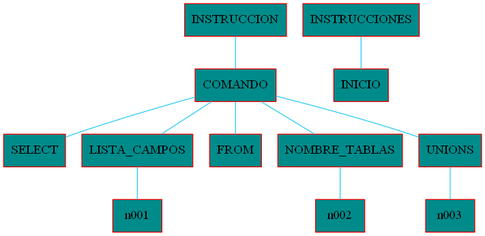
EdilsonJimenez/compi2-proyecto keeps this Graphviz diagram as Reportes/ast.png. Above is the earlier version. Its source is kept beside it as Reportes/ast.dot.
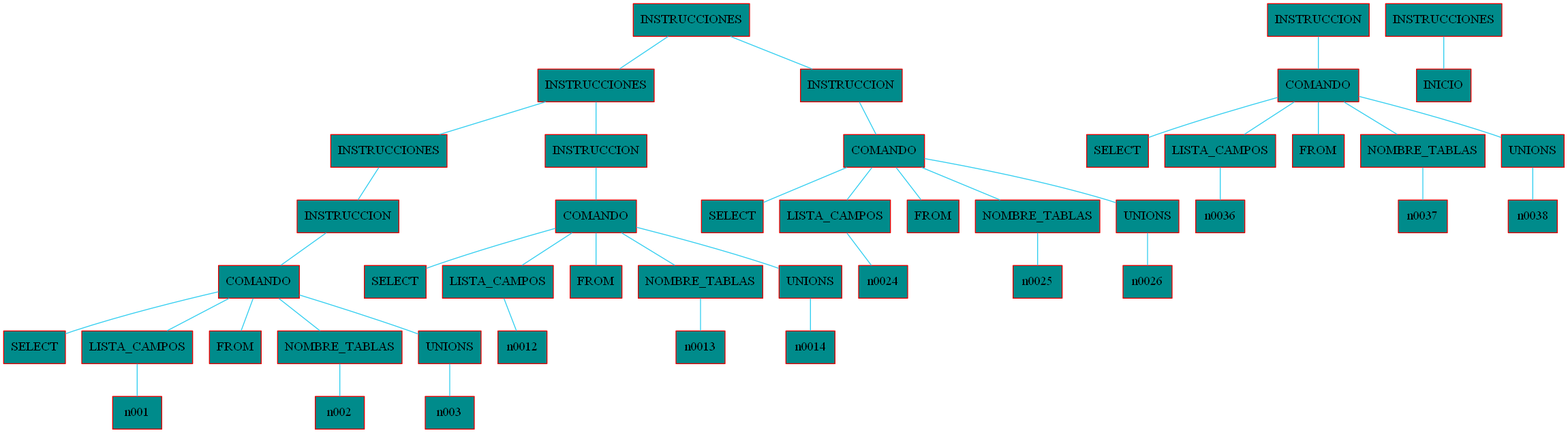
After the commit.

Diff of the diagram source:
```diff
@@ -16,7 +16,281 @@
 n009 -- n008;
 n0011 [label="INSTRUCCION"] ;
 n0011 -- n009;
-n0013 [label="INICIO"] ;
-n0014 [label="INSTRUCCIONES"] ;
-n0014 -- n0013;
+n0015 [label="SELECT"] ;
+n0016 [label="LISTA_CAMPOS"] ;
+n0017 [label="FROM"] ;
+n0018 [label="NOMBRE_TABLAS"] ;
+n0019 [label="UNIONS"] ;
+n0016 -- n0012;
+n0018 -- n0013;
+n0019 -- n0014;
+n0020 [label="COMANDO"] ;
+n0020 -- n0015;
+n0020 -- n0016;
+n0020 -- n0017;
+n0020 -- n0018;
+n0020 -- n0019;
+n0022 [label="INSTRUCCIONES"] ;
+n0022 -- n0011;
+n0023 [label="INSTRUCCION"] ;
+n0023 -- n0020;
+n0027 [label="SELECT"] ;
+n0028 [label="LISTA_CAMPOS"] ;
+n0029 [label="FROM"] ;
+n0030 [label="NOMBRE_TABLAS"] ;
+n0031 [label="UNIONS"] ;
+n0028 -- n0024;
+n0030 -- n0025;
+n0031 -- n0026;
+n0032 [label="COMANDO"] ;
+n0032 -- n0027;
+n0032 -- n0028;
+n0032 -- n0029;
+n0032 -- n0030;
+n0032 -- n0031;
+n0034 [label="INSTRUCCIONES"] ;
+n0034 -- n0022;
+n0034 -- n0023;
+n0035 [label="INSTRUCCION"] ;
+n0035 -- n0032;
+n0039 [label="SELECT"] ;
+n0040 [label="LISTA_CAMPOS"] ;
+n0041 [label="FROM"] ;
+n0042 [label="NOMBRE_TABLAS"] ;
+n0043 [label="UNIONS"] ;
+n0040 -- n0036;
+n0042 -- n0037;
+n0043 -- n0038;
+n0044 [label="COMANDO"] ;
+n0044 -- n0039;
+n0044 -- n0040;
+n0044 -- n0041;
+n0044 -- n0042;
+n0044 -- n0043;
+n0046 [label="INSTRUCCIONES"] ;
+n0046 -- n0034;
+n0046 -- n0035;
+n0047 [label="INSTRUCCION"] ;
+n0047 -- n0044;
+n0049 [label="INICIO"] ;
+n0050 [label="INSTRUCCIONES"] ;
+n0050 -- n0049;
 }
+n004 [label="SELECT"] ;
+n005 [label="LISTA_CAMPOS"] ;
+n006 [label="FROM"] ;
+n007 [label="NOMBRE_TABLAS"] ;
+n008 [label="UNIONS"] ;
+n005 -- n001;
+n007 -- n002;
+n008 -- n003;
+n009 [label="COMANDO"] ;
+n009 -- n004;
+n009 -- n005;
+n009 -- n006;
+n009 -- n007;
+n009 -- n008;
+n0011 [label="INSTRUCCION"] ;
+n0011 -- n009;
+n0015 [label="SELECT"] ;
+n0016 [label="LISTA_CAMPOS"] ;
+n0017 [label="FROM"] ;
+n0018 [label="NOMBRE_TABLAS"] ;
+n0019 [label="UNIONS"] ;
+n0016 -- n0012;
+n0018 -- n0013;
+n0019 -- n0014;
+n0020 [label="COMANDO"] ;
+n0020 -- n0015;
+n0020 -- n0016;
+n0020 -- n0017;
+n0020 -- n0018;
+n0020 -- n0019;
+n0022 [label="INSTRUCCIONES"] ;
+n0022 -- n0011;
+n0023 [label="INSTRUCCION"] ;
+n0023 -- n0020;
+n0027 [label="SELECT"] ;
+n0028 [label="LISTA_CAMPOS"] ;
+n0029 [label="FROM"] ;
+n0030 [label="NOMBRE_TABLAS"] ;
+n0031 [label="UNIONS"] ;
+n0028 -- n0024;
+n0030 -- n0025;
+n0031 -- n0026;
+n0032 [label="COMANDO"] ;
+n0032 -- n0027;
+n0032 -- n0028;
+n0032 -- n0029;
+n0032 -- n0030;
+n0032 -- n0031;
+n0034 [label="INSTRUCCIONES"] ;
+n0034 -- n0022;
+n0034 -- n0023;
+n0035 [label="INSTRUCCION"] ;
+n0035 -- n0032;
+n0039 [label="SELECT"] ;
+n0040 [label="LISTA_CAMPOS"] ;
+n0041 [label="FROM"] ;
+n0042 [label="NOMBRE_TABLAS"] ;
+n0043 [label="UNIONS"] ;
+n0040 -- n0036;
+n0042 -- n0037;
+n0043 -- n0038;
+n0044 [label="COMANDO"] ;
+n0044 -- n0039;
+n0044 -- n0040;
+n0044 -- n0041;
+n0044 -- n0042;
+n0044 -- n0043;
+n0046 [label="INSTRUCCIONES"] ;
+n0046 -- n0034;
+n0046 -- n0035;
+n0047 [label="INSTRUCCION"] ;
+n0047 -- n0044;
+
+n004 [label="SELECT"] ;
+n005 [label="LISTA_CAMPOS"] ;
+n006 [label="FROM"] ;
+n007 [label="NOMBRE_TABLAS"] ;
+n008 [label="UNIONS"] ;
+n005 -- n001;
+n007 -- n002;
+n008 -- n003;
+n009 [label="COMANDO"] ;
+n009 -- n004;
+n009 -- n005;
+n009 -- n006;
+n009 -- n007;
+n009 -- n008;
+n0011 [label="INSTRUCCION"] ;
+n0011 -- n009;
+n0015 [label="SELECT"] ;
+n0016 [label="LISTA_CAMPOS"] ;
+n0017 [label="FROM"] ;
+n0018 [label="NOMBRE_TABLAS"] ;
+n0019 [label="UNIONS"] ;
+n0016 -- n0012;
+n0018 -- n0013;
+n0019 -- n0014;
+n0020 [label="COMANDO"] ;
+n0020 -- n0015;
+n0020 -- n0016;
+n0020 -- n0017;
+n0020 -- n0018;
+n0020 -- n0019;
+n0022 [label="INSTRUCCIONES"] ;
+n0022 -- n0011;
+n0023 [label="INSTRUCCION"] ;
+n0023 -- n0020;
+n0027 [label="SELECT"] ;
+n0028 [label="LISTA_CAMPOS"] ;
+n0029 [label="FROM"] ;
+n0030 [label="NOMBRE_TABLAS"] ;
+n0031 [label="UNIONS"] ;
+n0028 -- n0024;
+n0030 -- n0025;
+n0031 -- n0026;
+n0032 [label="COMANDO"] ;
+n0032 -- n0027;
+n0032 -- n0028;
+n0032 -- n0029;
+n0032 -- n0030;
+n0032 -- n0031;
+n0034 [label="INSTRUCCIONES"] ;
+n0034 -- n0022;
+n0034 -- n0023;
+n0035 [label="INSTRUCCION"] ;
+n0035 -- n0032;
+n0039 [label="SELECT"] ;
+n0040 [label="LISTA_CAMPOS"] ;
+n0041 [label="FROM"] ;
+n0042 [label="NOMBRE_TABLAS"] ;
+n0043 [label="UNIONS"] ;
+n0040 -- n0036;
+n0042 -- n0037;
+n0043 -- n0038;
+n0044 [label="COMANDO"] ;
+n0044 -- n0039;
+n0044 -- n0040;
+n0044 -- n0041;
+n0044 -- n0042;
+n0044 -- n0043;
+n0046 [label="INSTRUCCIONES"] ;
+n0046 -- n0034;
+n0046 -- n0035;
+n0047 [label="INSTRUCCION"] ;
+n0047 -- n0044;
+
+n004 [label="SELECT"] ;
+n005 [label="LISTA_CAMPOS"] ;
+n006 [label="FROM"] ;
+n007 [label="NOMBRE_TABLAS"] ;
+n008 [label="UNIONS"] ;
+n005 -- n001;
+n007 -- n002;
+n008 -- n003;
+n009 [label="COMANDO"] ;
+n009 -- n004;
+n009 -- n005;
+n009 -- n006;
+n009 -- n007;
+n009 -- n008;
+n0011 [label="INSTRUCCION"] ;
+n0011 -- n009;
+n0015 [label="SELECT"] ;
+n0016 [label="LISTA_CAMPOS"] ;
+n0017 [label="FROM"] ;
+n0018 [label="NOMBRE_TABLAS"] ;
+n0019 [label="UNIONS"] ;
+n0016 -- n0012;
+n0018 -- n0013;
+n0019 -- n0014;
+n0020 [label="COMANDO"] ;
+n0020 -- n0015;
+n0020 -- n0016;
+n0020 -- n0017;
+n0020 -- n0018;
+n0020 -- n0019;
+n0022 [label="INSTRUCCIONES"] ;
+n0022 -- n0011;
+n0023 [label="INSTRUCCION"] ;
+n0023 -- n0020;
+n0027 [label="SELECT"] ;
+n0028 [label="LISTA_CAMPOS"] ;
+n0029 [label="FROM"] ;
+n0030 [label="NOMBRE_TABLAS"] ;
+n0031 [label="UNIONS"] ;
+n0028 -- n0024;
+n0030 -- n0025;
+n0031 -- n0026;
+n0032 [label="COMANDO"] ;
+n0032 -- n0027;
+n0032 -- n0028;
+n0032 -- n0029;
+n0032 -- n0030;
+n0032 -- n0031;
+n0034 [label="INSTRUCCIONES"] ;
+n0034 -- n0022;
+n0034 -- n0023;
+n0035 [label="INSTRUCCION"] ;
+n0035 -- n0032;
+n0039 [label="SELECT"] ;
+n0040 [label="LISTA_CAMPOS"] ;
+n0041 [label="FROM"] ;
+n0042 [label="NOMBRE_TABLAS"] ;
+n0043 [label="UNIONS"] ;
+n0040 -- n0036;
+n0042 -- n0037;
+n0043 -- n0038;
+n0044 [label="COMANDO"] ;
+n0044 -- n0039;
+n0044 -- n0040;
+n0044 -- n0041;
+n0044 -- n0042;
+n0044 -- n0043;
+n0046 [label="INSTRUCCIONES"] ;
+n0046 -- n0034;
+n0046 -- n0035;
+n0047 [label="INSTRUCCION"] ;
+n0047 -- n0044;
```
